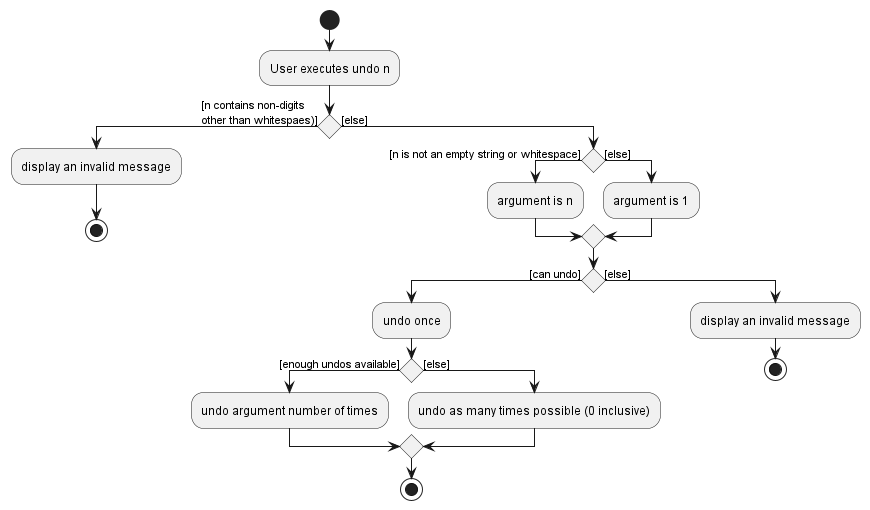
This is docs/images/UndoActivityDiagram.png from nus-cs2103-AY2223S2/tp, a PlantUML export, as it was before one commit.
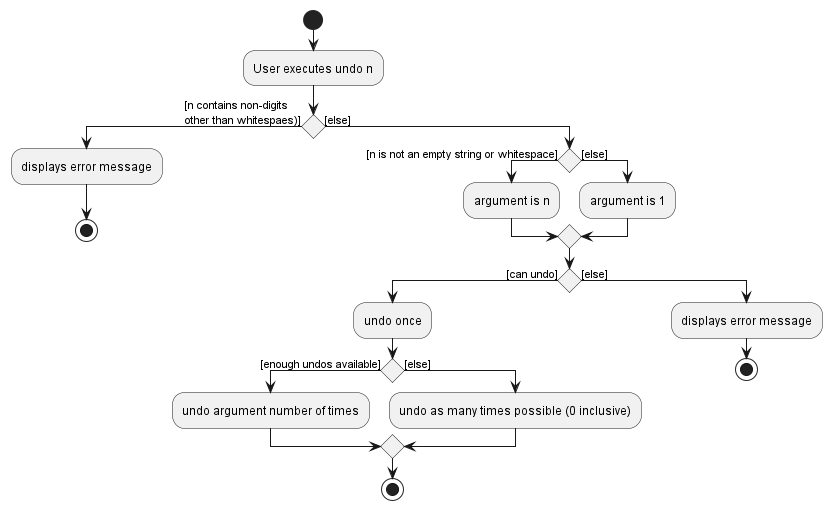
After the change.

Diff of the diagram source:
```diff
@@ -3,7 +3,7 @@
 start
 :User executes undo n;
 if () then ([n contains non-digits \nother than whitespaes)])
-    :display an invalid message;
+    :displays error message;
     stop
 else ([else])
     if () then ([n is not an empty string or whitespace])
@@ -20,7 +20,7 @@
         endif
         stop
     else ([else])
-        :display an invalid message;
+        :displays error message;
         stop
 
 
```
